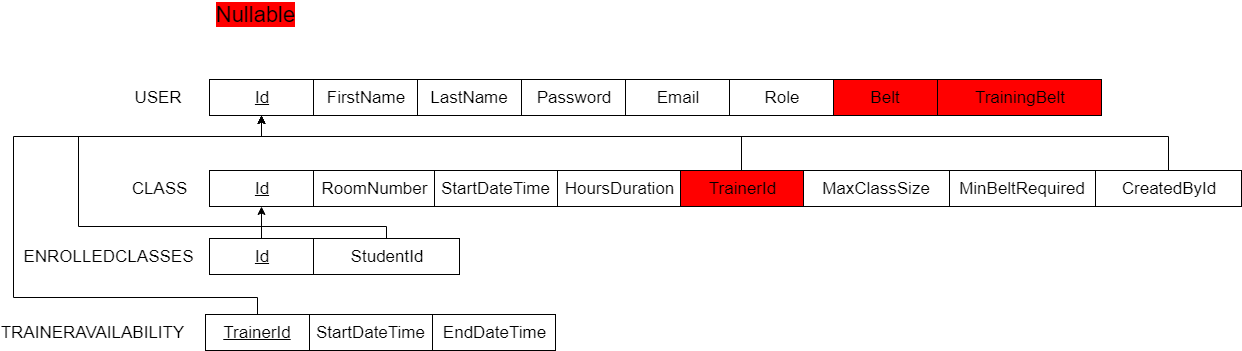
Above: docs/database/table_design.png in KellyP5/Desktop-Gym-Scheduler (draw.io), before the change. Source tidied: cells renumbered, new cells last; positions are measured from the earlier drawing's top-left corner, leaving out a move shared by most shapes.
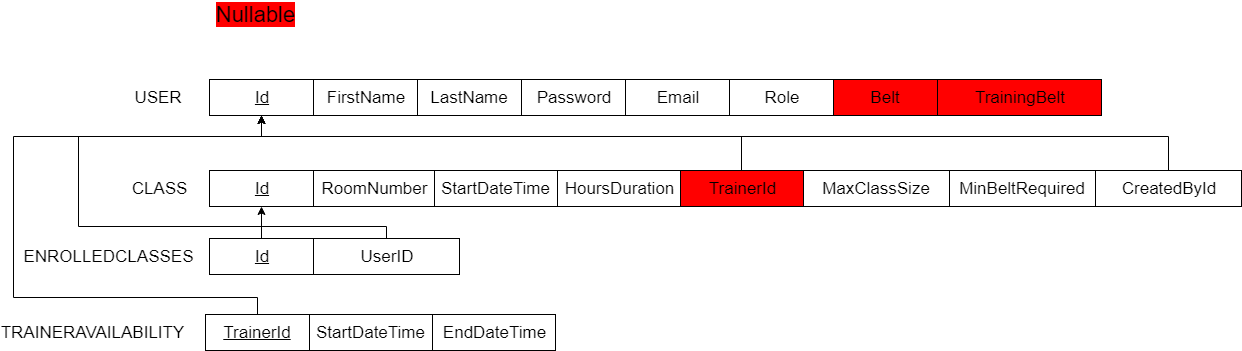
The same file after the commit.

Commit message:
Changed StudentId to UserID in ENROLLEDCLASSES because I think admins as well as trainers will want to be able to take classes as well

Change to the diagram source:
```diff
@@ -87,7 +87,7 @@
         </Array>
       </mxGeometry>
     </mxCell>
-    <mxCell id="24" value="&lt;span style=&quot;font-size: 17px&quot;&gt;StudentId&lt;/span&gt;" style="rounded=0;whiteSpace=wrap;html=1;" parent="1" vertex="1">
+    <mxCell id="24" value="&lt;span style=&quot;font-size: 17px&quot;&gt;UserID&lt;/span&gt;" style="rounded=0;whiteSpace=wrap;html=1;" parent="1" vertex="1">
       <mxGeometry x="300" y="234" width="146" height="36" as="geometry" />
     </mxCell>
     <mxCell id="25" value="&lt;span style=&quot;font-size: 17px&quot;&gt;StartDateTime&lt;/span&gt;" style="rounded=0;whiteSpace=wrap;html=1;" parent="1" vertex="1">
```
